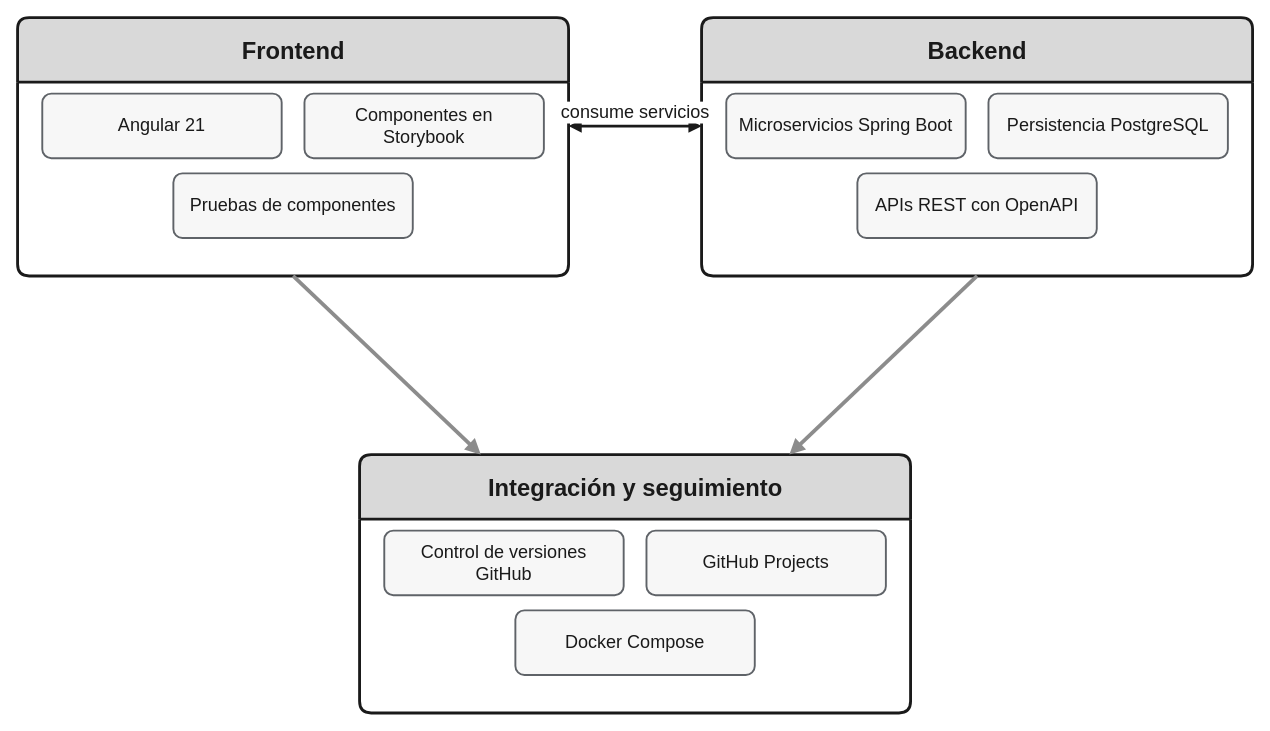
The draw.io diagram Docs/Figuras/Figura_09_Organizacion_colaborativa.drawio in tfm-missi-2026/orquestacion, before the edit. Source tidied: cells renumbered, new cells numbered last; positions are measured from the earlier drawing's top-left corner, leaving out a move shared by most shapes. Both pictures are drawn from the tidied source at 95%, with x=0, y=0 at pixel (17, 17).
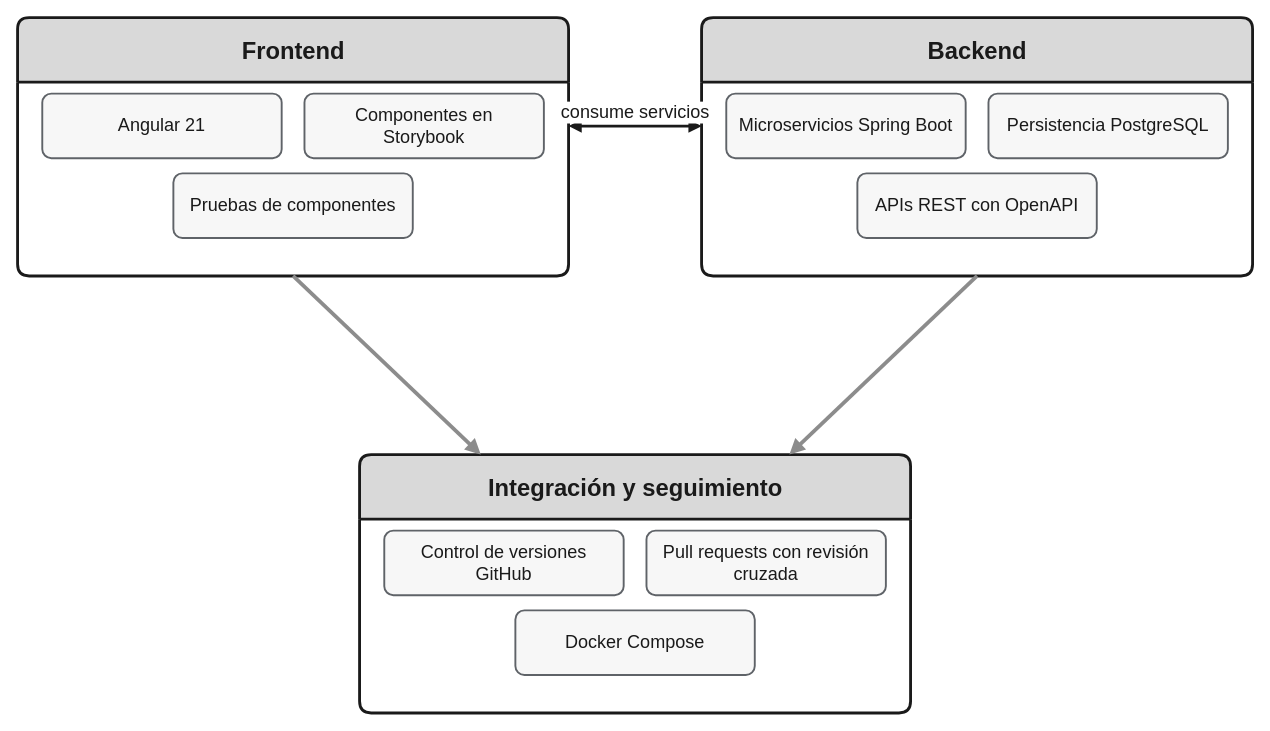
Above is the later version.

The edit, as a diff of the source:
```diff
@@
 <mxGraphModel>
   <root>
     <mxCell id="0" />
     <mxCell id="1" parent="0" />
     <mxCell id="2" value="Frontend" style="swimlane;html=1;startSize=68;horizontal=1;rounded=1;arcSize=6;fillColor=#D9D9D9;strokeColor=#1A1A1A;strokeWidth=3;swimlaneFillColor=#FFFFFF;fontFamily=Helvetica;fontSize=25;fontColor=#1A1A1A;fontStyle=1;align=center;verticalAlign=middle;" parent="1" vertex="1">
       <mxGeometry width="580" height="272" as="geometry" />
     </mxCell>
     <mxCell id="3" value="Angular 21" style="rounded=1;arcSize=14;html=1;whiteSpace=wrap;fillColor=#F7F7F7;strokeColor=#5F6368;strokeWidth=2;align=center;verticalAlign=middle;spacingLeft=8;spacingRight=8;fontFamily=Helvetica;fontSize=19;fontColor=#1A1A1A;" parent="1" vertex="1">
       <mxGeometry x="26" y="80" width="252" height="68" as="geometry" />
     </mxCell>
     <mxCell id="4" value="Componentes en Storybook" style="rounded=1;arcSize=14;html=1;whiteSpace=wrap;fillColor=#F7F7F7;strokeColor=#5F6368;strokeWidth=2;align=center;verticalAlign=middle;spacingLeft=8;spacingRight=8;fontFamily=Helvetica;fontSize=19;fontColor=#1A1A1A;" parent="1" vertex="1">
       <mxGeometry x="302" y="80" width="252" height="68" as="geometry" />
     </mxCell>
     <mxCell id="5" value="Pruebas de componentes" style="rounded=1;arcSize=14;html=1;whiteSpace=wrap;fillColor=#F7F7F7;strokeColor=#5F6368;strokeWidth=2;align=center;verticalAlign=middle;spacingLeft=8;spacingRight=8;fontFamily=Helvetica;fontSize=19;fontColor=#1A1A1A;" parent="1" vertex="1">
       <mxGeometry x="164" y="164" width="252" height="68" as="geometry" />
     </mxCell>
     <mxCell id="6" value="Backend" style="swimlane;html=1;startSize=68;horizontal=1;rounded=1;arcSize=6;fillColor=#D9D9D9;strokeColor=#1A1A1A;strokeWidth=3;swimlaneFillColor=#FFFFFF;fontFamily=Helvetica;fontSize=25;fontColor=#1A1A1A;fontStyle=1;align=center;verticalAlign=middle;" parent="1" vertex="1">
       <mxGeometry x="720" width="580" height="272" as="geometry" />
     </mxCell>
     <mxCell id="7" value="Microservicios Spring Boot" style="rounded=1;arcSize=14;html=1;whiteSpace=wrap;fillColor=#F7F7F7;strokeColor=#5F6368;strokeWidth=2;align=center;verticalAlign=middle;spacingLeft=8;spacingRight=8;fontFamily=Helvetica;fontSize=19;fontColor=#1A1A1A;" parent="1" vertex="1">
       <mxGeometry x="746" y="80" width="252" height="68" as="geometry" />
     </mxCell>
     <mxCell id="8" value="Persistencia PostgreSQL" style="rounded=1;arcSize=14;html=1;whiteSpace=wrap;fillColor=#F7F7F7;strokeColor=#5F6368;strokeWidth=2;align=center;verticalAlign=middle;spacingLeft=8;spacingRight=8;fontFamily=Helvetica;fontSize=19;fontColor=#1A1A1A;" parent="1" vertex="1">
       <mxGeometry x="1022" y="80" width="252" height="68" as="geometry" />
     </mxCell>
     <mxCell id="9" value="APIs REST con OpenAPI" style="rounded=1;arcSize=14;html=1;whiteSpace=wrap;fillColor=#F7F7F7;strokeColor=#5F6368;strokeWidth=2;align=center;verticalAlign=middle;spacingLeft=8;spacingRight=8;fontFamily=Helvetica;fontSize=19;fontColor=#1A1A1A;" parent="1" vertex="1">
       <mxGeometry x="884" y="164" width="252" height="68" as="geometry" />
     </mxCell>
     <mxCell id="10" value="Integración y seguimiento" style="swimlane;html=1;startSize=68;horizontal=1;rounded=1;arcSize=6;fillColor=#D9D9D9;strokeColor=#1A1A1A;strokeWidth=3;swimlaneFillColor=#FFFFFF;fontFamily=Helvetica;fontSize=25;fontColor=#1A1A1A;fontStyle=1;align=center;verticalAlign=middle;" parent="1" vertex="1">
       <mxGeometry x="360" y="460" width="580" height="272" as="geometry" />
     </mxCell>
     <mxCell id="11" value="Control de versiones GitHub" style="rounded=1;arcSize=14;html=1;whiteSpace=wrap;fillColor=#F7F7F7;strokeColor=#5F6368;strokeWidth=2;align=center;verticalAlign=middle;spacingLeft=8;spacingRight=8;fontFamily=Helvetica;fontSize=19;fontColor=#1A1A1A;" parent="1" vertex="1">
       <mxGeometry x="386" y="540" width="252" height="68" as="geometry" />
     </mxCell>
-    <mxCell id="12" value="GitHub Projects" style="rounded=1;arcSize=14;html=1;whiteSpace=wrap;fillColor=#F7F7F7;strokeColor=#5F6368;strokeWidth=2;align=center;verticalAlign=middle;spacingLeft=8;spacingRight=8;fontFamily=Helvetica;fontSize=19;fontColor=#1A1A1A;" parent="1" vertex="1">
+    <mxCell id="12" value="Pull requests con revisión cruzada" style="rounded=1;arcSize=14;html=1;whiteSpace=wrap;fillColor=#F7F7F7;strokeColor=#5F6368;strokeWidth=2;align=center;verticalAlign=middle;spacingLeft=8;spacingRight=8;fontFamily=Helvetica;fontSize=19;fontColor=#1A1A1A;" parent="1" vertex="1">
       <mxGeometry x="662" y="540" width="252" height="68" as="geometry" />
     </mxCell>
     <mxCell id="13" value="Docker Compose" style="rounded=1;arcSize=14;html=1;whiteSpace=wrap;fillColor=#F7F7F7;strokeColor=#5F6368;strokeWidth=2;align=center;verticalAlign=middle;spacingLeft=8;spacingRight=8;fontFamily=Helvetica;fontSize=19;fontColor=#1A1A1A;" parent="1" vertex="1">
       <mxGeometry x="524" y="624" width="252" height="68" as="geometry" />
     </mxCell>
     <mxCell id="14" value="consume servicios" style="endArrow=block;startArrow=block;endFill=1;startFill=1;html=1;strokeColor=#1A1A1A;strokeWidth=3;rounded=0;fontFamily=Helvetica;fontSize=19;fontColor=#1A1A1A;verticalAlign=bottom;exitX=1;exitY=0.42;exitDx=0;exitDy=0;entryX=0;entryY=0.42;entryDx=0;entryDy=0;" parent="1" edge="1" source="2" target="6">
       <mxGeometry relative="1" as="geometry" />
     </mxCell>
     <mxCell id="15" style="curved=1;endArrow=block;endFill=1;html=1;strokeColor=#8C8C8C;strokeWidth=4;exitX=0.5;exitY=1;exitDx=0;exitDy=0;entryX=0.22;entryY=0;entryDx=0;entryDy=0;" parent="1" edge="1" source="2" target="10">
       <mxGeometry relative="1" as="geometry" />
     </mxCell>
     <mxCell id="16" style="curved=1;endArrow=block;endFill=1;html=1;strokeColor=#8C8C8C;strokeWidth=4;exitX=0.5;exitY=1;exitDx=0;exitDy=0;entryX=0.78;entryY=0;entryDx=0;entryDy=0;" parent="1" edge="1" source="6" target="10">
       <mxGeometry relative="1" as="geometry" />
     </mxCell>
   </root>
 </mxGraphModel>
```
